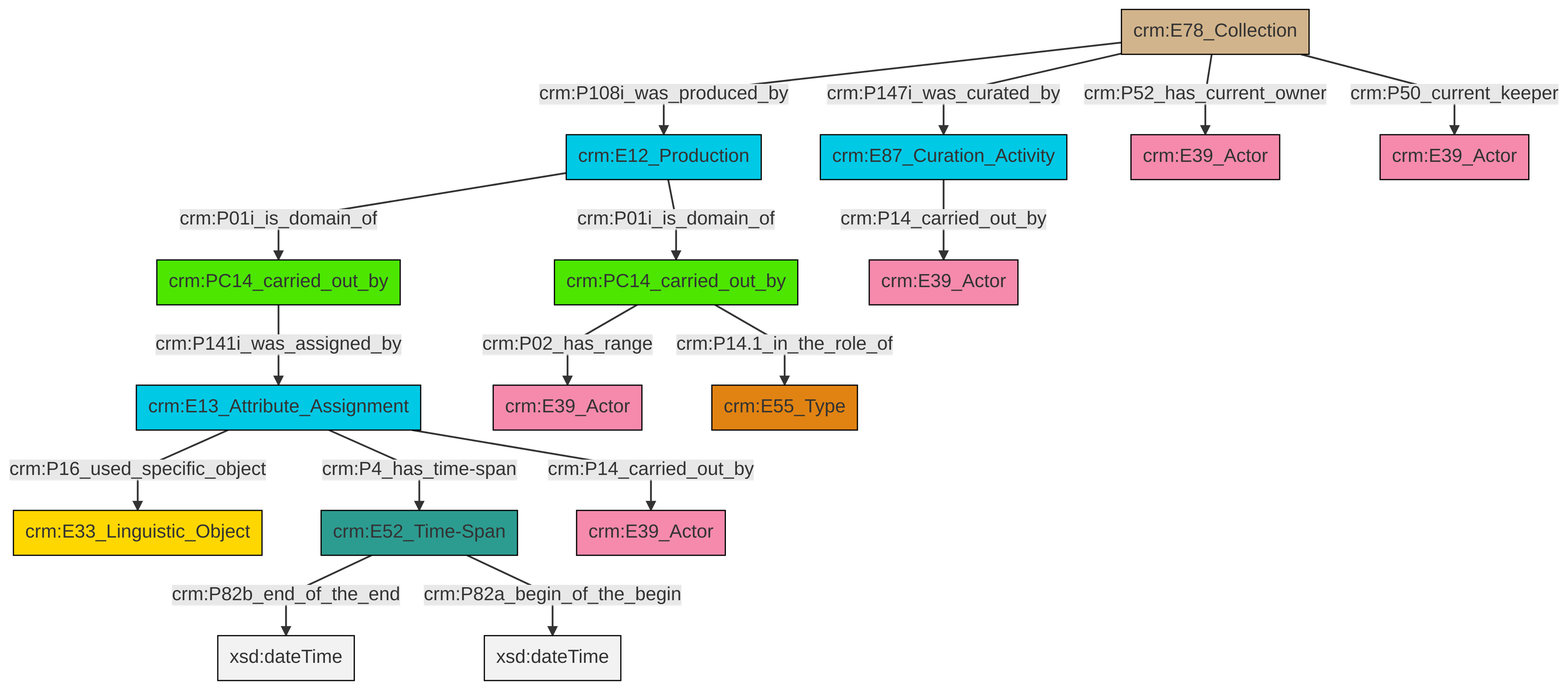
This is et/archivalCSV/ttl/mmd/png/archival_relation.png from swiss-art-research-net/docs.swissartresearch, a Mermaid export, as it was before one commit. Its source is kept beside it as et/archivalCSV/ttl/mmd/archival_relation.ttl.mmd.
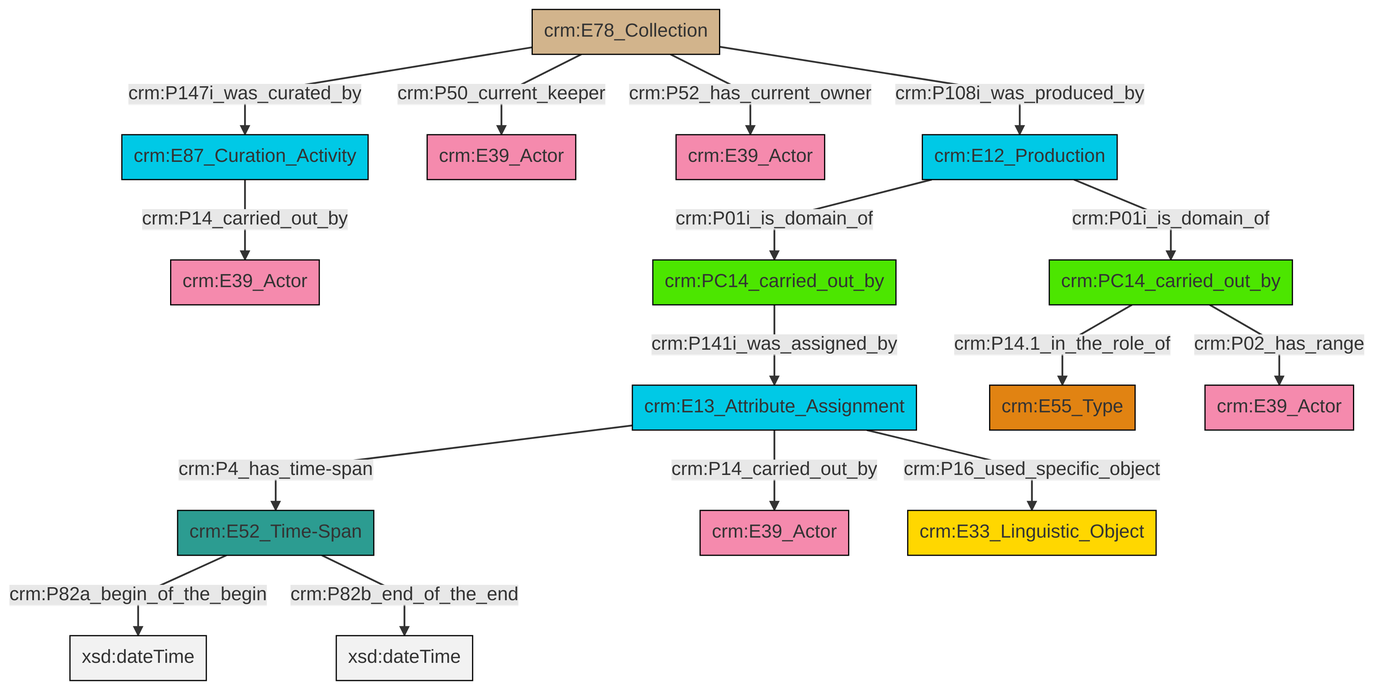
The same file after the commit.

Change to the diagram source:
```diff
@@ -13,18 +13,18 @@
 classDef PC_Classes fill:#4ce600, stroke:#000000;
 classDef Multi fill:#cccccc,stroke:#000000;
 
-2["crm:E12_Production"]:::Temporal_Entity -->|crm:P01i_is_domain_of| 3["crm:PC14_carried_out_by"]:::PC_Classes
-4["crm:E52_Time-Span"]:::Time-Span -->|crm:P82b_end_of_the_end| 5[xsd:dateTime]:::Literal
-6["crm:E13_Attribute_Assignment"]:::Temporal_Entity -->|crm:P14_carried_out_by| 7["crm:E39_Actor"]:::Actor
-8["crm:E78_Collection"]:::Physical_Thing -->|crm:P147i_was_curated_by| 9["crm:E87_Curation_Activity"]:::Temporal_Entity
-3["crm:PC14_carried_out_by"]:::PC_Classes -->|crm:P02_has_range| 11["crm:E39_Actor"]:::Actor
-2["crm:E12_Production"]:::Temporal_Entity -->|crm:P01i_is_domain_of| 12["crm:PC14_carried_out_by"]:::PC_Classes
-4["crm:E52_Time-Span"]:::Time-Span -->|crm:P82a_begin_of_the_begin| 16[xsd:dateTime]:::Literal
-8["crm:E78_Collection"]:::Physical_Thing -->|crm:P52_has_current_owner| 19["crm:E39_Actor"]:::Actor
-9["crm:E87_Curation_Activity"]:::Temporal_Entity -->|crm:P14_carried_out_by| 21["crm:E39_Actor"]:::Actor
-12["crm:PC14_carried_out_by"]:::PC_Classes -->|crm:P141i_was_assigned_by| 6["crm:E13_Attribute_Assignment"]:::Temporal_Entity
-8["crm:E78_Collection"]:::Physical_Thing -->|crm:P50_current_keeper| 22["crm:E39_Actor"]:::Actor
-8["crm:E78_Collection"]:::Physical_Thing -->|crm:P108i_was_produced_by| 2["crm:E12_Production"]:::Temporal_Entity
-6["crm:E13_Attribute_Assignment"]:::Temporal_Entity -->|crm:P16_used_specific_object| 0["crm:E33_Linguistic_Object"]:::Conceptual_Object
-3["crm:PC14_carried_out_by"]:::PC_Classes -->|crm:P14.1_in_the_role_of| 14["crm:E55_Type"]:::Type
-6["crm:E13_Attribute_Assignment"]:::Temporal_Entity -->|crm:P4_has_time-span| 4["crm:E52_Time-Span"]:::Time-Span
+2["crm:E13_Attribute_Assignment"]:::Temporal_Entity -->|crm:P14_carried_out_by| 3["crm:E39_Actor"]:::Actor
+6["crm:E78_Collection"]:::Physical_Thing -->|crm:P147i_was_curated_by| 7["crm:E87_Curation_Activity"]:::Temporal_Entity
+6["crm:E78_Collection"]:::Physical_Thing -->|crm:P50_current_keeper| 9["crm:E39_Actor"]:::Actor
+7["crm:E87_Curation_Activity"]:::Temporal_Entity -->|crm:P14_carried_out_by| 10["crm:E39_Actor"]:::Actor
+6["crm:E78_Collection"]:::Physical_Thing -->|crm:P52_has_current_owner| 11["crm:E39_Actor"]:::Actor
+19["crm:PC14_carried_out_by"]:::PC_Classes -->|crm:P14.1_in_the_role_of| 17["crm:E55_Type"]:::Type
+0["crm:E52_Time-Span"]:::Time-Span -->|crm:P82a_begin_of_the_begin| 24[xsd:dateTime]:::Literal
+2["crm:E13_Attribute_Assignment"]:::Temporal_Entity -->|crm:P16_used_specific_object| 4["crm:E33_Linguistic_Object"]:::Conceptual_Object
+14["crm:E12_Production"]:::Temporal_Entity -->|crm:P01i_is_domain_of| 19["crm:PC14_carried_out_by"]:::PC_Classes
+6["crm:E78_Collection"]:::Physical_Thing -->|crm:P108i_was_produced_by| 14["crm:E12_Production"]:::Temporal_Entity
+2["crm:E13_Attribute_Assignment"]:::Temporal_Entity -->|crm:P4_has_time-span| 0["crm:E52_Time-Span"]:::Time-Span
+19["crm:PC14_carried_out_by"]:::PC_Classes -->|crm:P02_has_range| 22["crm:E39_Actor"]:::Actor
+25["crm:PC14_carried_out_by"]:::PC_Classes -->|crm:P141i_was_assigned_by| 2["crm:E13_Attribute_Assignment"]:::Temporal_Entity
+14["crm:E12_Production"]:::Temporal_Entity -->|crm:P01i_is_domain_of| 25["crm:PC14_carried_out_by"]:::PC_Classes
+0["crm:E52_Time-Span"]:::Time-Span -->|crm:P82b_end_of_the_end| 28[xsd:dateTime]:::Literal
```
